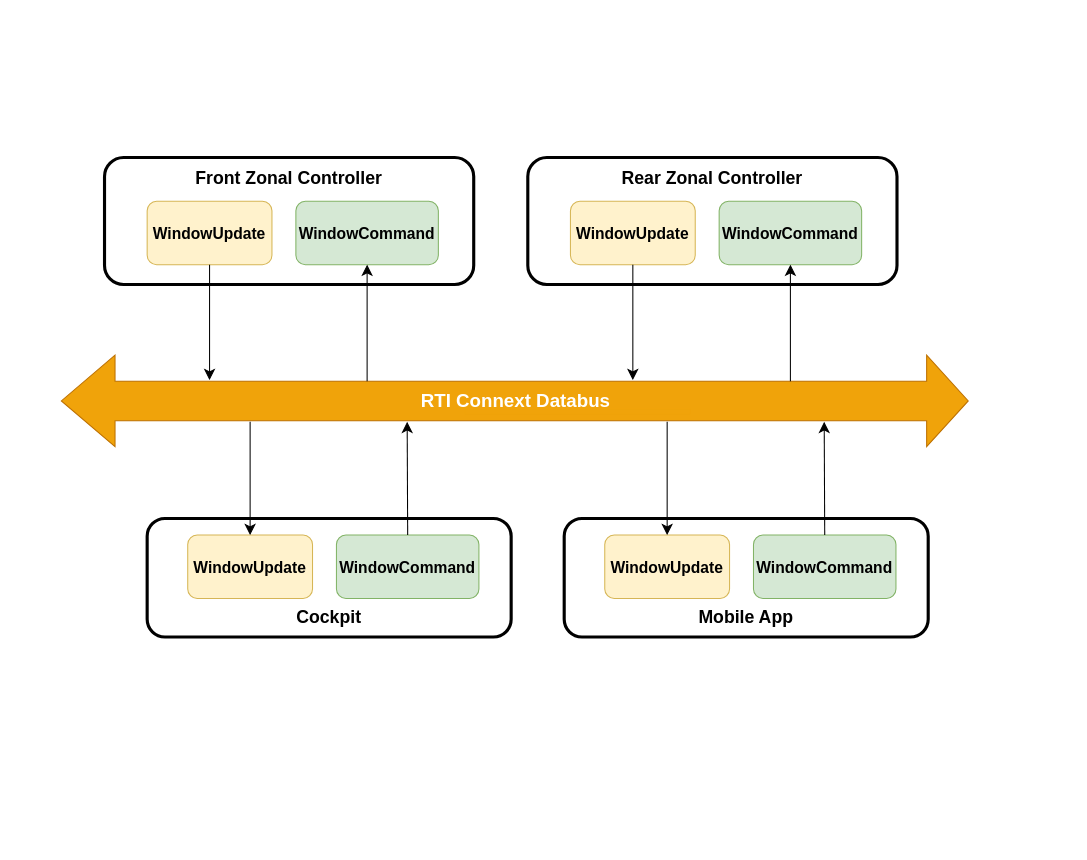
Above: page "Demo1" (2 of 3) of resource/system.drawio in rticommunity/rticonnextdds-automotive-reference-architecture (draw.io), before the change. Source tidied: cells renumbered, new cells numbered last; positions are measured from the earlier drawing's top-left corner, leaving out a move shared by most shapes. Both pictures are drawn from the tidied source at 104%, with x=0, y=0 at pixel (60, 157).
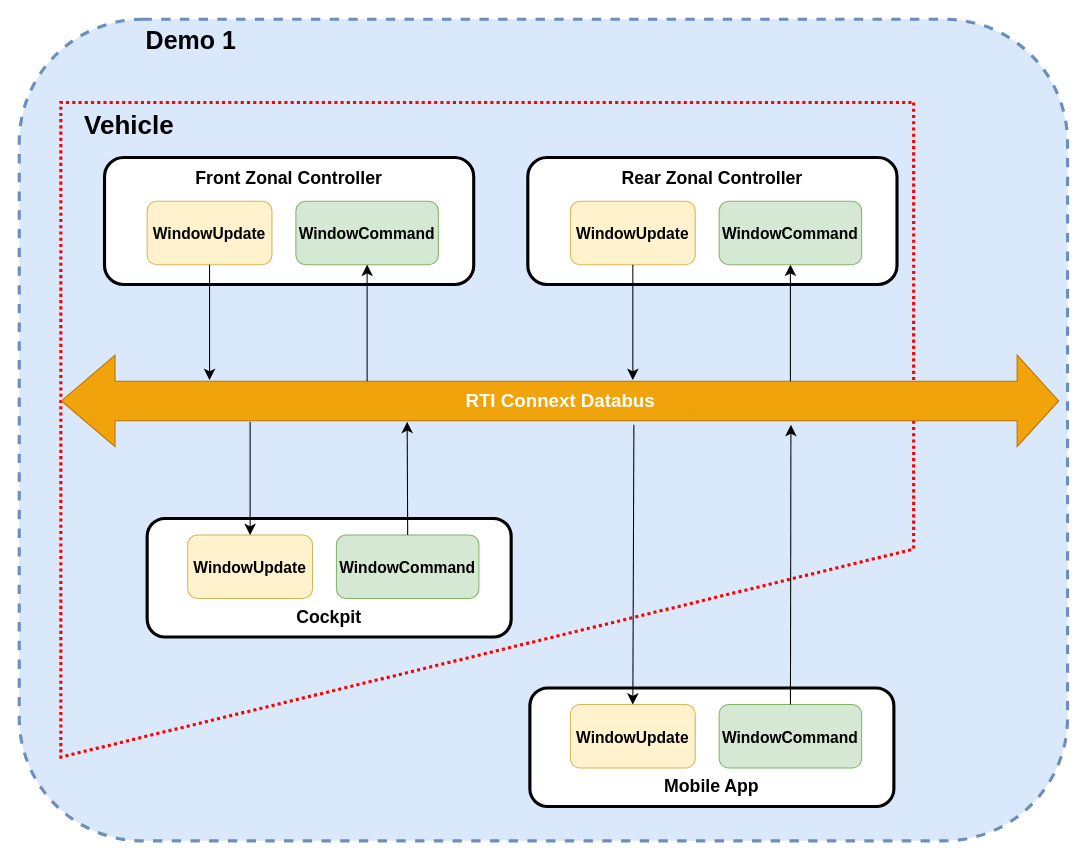
Above is the later version.

The change refers to these unchanged cells:
```xml
<mxCell id="5" value="&lt;b&gt;&lt;font style=&quot;font-size: 15px;&quot;&gt;WindowUpdate&lt;/font&gt;&lt;/b&gt;" style="rounded=1;whiteSpace=wrap;html=1;fillColor=#fff2cc;strokeColor=#d6b656;" parent="1" vertex="1">
  <mxGeometry x="122" y="363" width="120" height="61" as="geometry" />
</mxCell>
<mxCell id="6" value="&lt;b&gt;&lt;font style=&quot;font-size: 15px;&quot;&gt;WindowCommand&lt;/font&gt;&lt;/b&gt;" style="rounded=1;whiteSpace=wrap;html=1;fillColor=#d5e8d4;strokeColor=#82b366;" parent="1" vertex="1">
  <mxGeometry x="265" y="363" width="137" height="61" as="geometry" />
</mxCell>
<mxCell id="7" value="&lt;b&gt;&lt;font style=&quot;font-size: 15px;&quot;&gt;WindowUpdate&lt;/font&gt;&lt;/b&gt;" style="rounded=1;whiteSpace=wrap;html=1;fillColor=#fff2cc;strokeColor=#d6b656;" parent="1" vertex="1">
  <mxGeometry x="83" y="42" width="120" height="61" as="geometry" />
</mxCell>
<mxCell id="8" value="&lt;b&gt;&lt;font style=&quot;font-size: 15px;&quot;&gt;WindowCommand&lt;/font&gt;&lt;/b&gt;" style="rounded=1;whiteSpace=wrap;html=1;fillColor=#d5e8d4;strokeColor=#82b366;" parent="1" vertex="1">
  <mxGeometry x="226" y="42" width="137" height="61" as="geometry" />
</mxCell>
<mxCell id="15" value="&lt;b&gt;&lt;font style=&quot;font-size: 15px;&quot;&gt;WindowUpdate&lt;/font&gt;&lt;/b&gt;" style="rounded=1;whiteSpace=wrap;html=1;fillColor=#fff2cc;strokeColor=#d6b656;" parent="1" vertex="1">
  <mxGeometry x="490" y="42" width="120" height="61" as="geometry" />
</mxCell>
<mxCell id="16" value="&lt;b&gt;&lt;font style=&quot;font-size: 15px;&quot;&gt;WindowCommand&lt;/font&gt;&lt;/b&gt;" style="rounded=1;whiteSpace=wrap;html=1;fillColor=#d5e8d4;strokeColor=#82b366;" parent="1" vertex="1">
  <mxGeometry x="633" y="42" width="137" height="61" as="geometry" />
</mxCell>
```

Change to the diagram source:
```diff
@@
+    <mxCell id="24" value="&lt;font style=&quot;font-size: 24px;&quot;&gt;&lt;b&gt;&amp;nbsp; &amp;nbsp; &amp;nbsp; &amp;nbsp; &amp;nbsp; &amp;nbsp; &amp;nbsp; &amp;nbsp; &amp;nbsp; Demo 1&lt;/b&gt;&lt;/font&gt;" style="rounded=1;whiteSpace=wrap;html=1;fillColor=#dae8fc;align=left;verticalAlign=top;strokeWidth=3;dashed=1;strokeColor=#6c8ebf;" parent="1" vertex="1">
+      <mxGeometry x="-40" y="-133" width="1008" height="790" as="geometry" />
+    </mxCell>
+    <mxCell id="25" value="&amp;nbsp; &amp;nbsp;Vehicle" style="shape=manualInput;whiteSpace=wrap;html=1;direction=west;size=200;fillColor=none;verticalAlign=top;align=left;fontSize=25;fontStyle=1;strokeColor=#FF0000;dashed=1;dashPattern=1 1;strokeWidth=3;" parent="1" vertex="1">
+      <mxGeometry y="-53" width="820" height="629.5" as="geometry" />
+    </mxCell>
@@
     <mxCell id="4" value="&lt;b&gt;&lt;font color=&quot;#ffffff&quot;&gt;RTI Connext Databus&lt;/font&gt;&lt;/b&gt;" style="shape=flexArrow;endArrow=classic;startArrow=classic;html=1;rounded=0;endWidth=49;endSize=13;startWidth=49;startSize=16.87;width=38;fillColor=#f0a30a;strokeColor=#BD7000;labelBackgroundColor=none;fontSize=18;" parent="1" edge="1">
       <mxGeometry relative="1" as="geometry">
         <mxPoint y="234" as="sourcePoint" />
-        <mxPoint x="873" y="234" as="targetPoint" />
+        <mxPoint x="960" y="234" as="targetPoint" />
       </mxGeometry>
     </mxCell>
@@
-    <mxCell id="9" style="endArrow=classic;html=1;rounded=0;fontSize=12;startSize=8;endSize=8;exitX=0.5;exitY=1;exitDx=0;exitDy=0;" parent="1" edge="1" source="7">
-      <mxGeometry relative="1" as="geometry">
-        <mxPoint x="143" y="214" as="targetPoint" />
-      </mxGeometry>
-    </mxCell>
-    <mxCell id="10" style="endArrow=classic;html=1;rounded=0;fontSize=12;startSize=8;endSize=8;entryX=0.5;entryY=1;entryDx=0;entryDy=0;" parent="1" edge="1" target="8">
-      <mxGeometry relative="1" as="geometry">
-        <mxPoint x="294.5" y="215" as="sourcePoint" />
-      </mxGeometry>
-    </mxCell>
-    <mxCell id="11" style="endArrow=classic;html=1;rounded=0;fontSize=12;startSize=8;endSize=8;entryX=0.5;entryY=0;entryDx=0;entryDy=0;" parent="1" edge="1" target="5">
-      <mxGeometry relative="1" as="geometry">
-        <mxPoint x="182" y="254" as="sourcePoint" />
-      </mxGeometry>
-    </mxCell>
-    <mxCell id="12" style="endArrow=classic;html=1;rounded=0;fontSize=12;startSize=8;endSize=8;exitX=0.5;exitY=0;exitDx=0;exitDy=0;" parent="1" edge="1" source="6">
-      <mxGeometry relative="1" as="geometry">
-        <mxPoint x="333" y="254" as="targetPoint" />
-      </mxGeometry>
-    </mxCell>
+    <mxCell id="26" style="endArrow=classic;html=1;rounded=0;fontSize=12;startSize=8;endSize=8;exitX=0.5;exitY=1;exitDx=0;exitDy=0;" parent="1" edge="1" source="7">
+      <mxGeometry relative="1" as="geometry">
+        <mxPoint x="143" y="214" as="targetPoint" />
+      </mxGeometry>
+    </mxCell>
+    <mxCell id="27" style="endArrow=classic;html=1;rounded=0;fontSize=12;startSize=8;endSize=8;entryX=0.5;entryY=1;entryDx=0;entryDy=0;" parent="1" edge="1" target="8">
+      <mxGeometry relative="1" as="geometry">
+        <mxPoint x="294.5" y="215" as="sourcePoint" />
+      </mxGeometry>
+    </mxCell>
+    <mxCell id="28" style="endArrow=classic;html=1;rounded=0;fontSize=12;startSize=8;endSize=8;entryX=0.5;entryY=0;entryDx=0;entryDy=0;" parent="1" edge="1" target="5">
+      <mxGeometry relative="1" as="geometry">
+        <mxPoint x="182" y="254" as="sourcePoint" />
+      </mxGeometry>
+    </mxCell>
+    <mxCell id="29" style="endArrow=classic;html=1;rounded=0;fontSize=12;startSize=8;endSize=8;exitX=0.5;exitY=0;exitDx=0;exitDy=0;" parent="1" edge="1" source="6">
+      <mxGeometry relative="1" as="geometry">
+        <mxPoint x="333" y="254" as="targetPoint" />
+      </mxGeometry>
+    </mxCell>
@@
-    <mxCell id="17" style="endArrow=classic;html=1;rounded=0;fontSize=12;startSize=8;endSize=8;exitX=0.5;exitY=1;exitDx=0;exitDy=0;" parent="1" edge="1" source="15">
-      <mxGeometry relative="1" as="geometry">
-        <mxPoint x="550" y="214" as="targetPoint" />
-      </mxGeometry>
-    </mxCell>
-    <mxCell id="18" style="endArrow=classic;html=1;rounded=0;fontSize=12;startSize=8;endSize=8;entryX=0.5;entryY=1;entryDx=0;entryDy=0;" parent="1" edge="1" target="16">
-      <mxGeometry relative="1" as="geometry">
-        <mxPoint x="701.5" y="215" as="sourcePoint" />
-      </mxGeometry>
-    </mxCell>
+    <mxCell id="30" style="endArrow=classic;html=1;rounded=0;fontSize=12;startSize=8;endSize=8;exitX=0.5;exitY=1;exitDx=0;exitDy=0;" parent="1" edge="1" source="15">
+      <mxGeometry relative="1" as="geometry">
+        <mxPoint x="550" y="214" as="targetPoint" />
+      </mxGeometry>
+    </mxCell>
+    <mxCell id="31" style="endArrow=classic;html=1;rounded=0;fontSize=12;startSize=8;endSize=8;entryX=0.5;entryY=1;entryDx=0;entryDy=0;" parent="1" edge="1" target="16">
+      <mxGeometry relative="1" as="geometry">
+        <mxPoint x="701.5" y="215" as="sourcePoint" />
+      </mxGeometry>
+    </mxCell>
     <mxCell id="19" value="&lt;br&gt;&lt;br&gt;&lt;br&gt;&lt;div&gt;&lt;br&gt;&lt;/div&gt;&lt;b&gt;&lt;font style=&quot;font-size: 17px;&quot;&gt;&lt;br&gt;Mobile App&lt;/font&gt;&lt;/b&gt;" style="rounded=1;whiteSpace=wrap;html=1;strokeWidth=3;" parent="1" vertex="1">
-      <mxGeometry x="484" y="347" width="350" height="114" as="geometry" />
+      <mxGeometry x="451" y="510" width="350" height="114" as="geometry" />
     </mxCell>
     <mxCell id="20" value="&lt;b&gt;&lt;font style=&quot;font-size: 15px;&quot;&gt;WindowUpdate&lt;/font&gt;&lt;/b&gt;" style="rounded=1;whiteSpace=wrap;html=1;fillColor=#fff2cc;strokeColor=#d6b656;" parent="1" vertex="1">
-      <mxGeometry x="523" y="363" width="120" height="61" as="geometry" />
+      <mxGeometry x="490" y="526" width="120" height="61" as="geometry" />
     </mxCell>
     <mxCell id="21" value="&lt;b&gt;&lt;font style=&quot;font-size: 15px;&quot;&gt;WindowCommand&lt;/font&gt;&lt;/b&gt;" style="rounded=1;whiteSpace=wrap;html=1;fillColor=#d5e8d4;strokeColor=#82b366;" parent="1" vertex="1">
-      <mxGeometry x="666" y="363" width="137" height="61" as="geometry" />
+      <mxGeometry x="633" y="526" width="137" height="61" as="geometry" />
     </mxCell>
-    <mxCell id="22" style="endArrow=classic;html=1;rounded=0;fontSize=12;startSize=8;endSize=8;entryX=0.5;entryY=0;entryDx=0;entryDy=0;" parent="1" edge="1" target="20">
-      <mxGeometry relative="1" as="geometry">
-        <mxPoint x="583" y="254" as="sourcePoint" />
-      </mxGeometry>
-    </mxCell>
-    <mxCell id="23" style="endArrow=classic;html=1;rounded=0;fontSize=12;startSize=8;endSize=8;exitX=0.5;exitY=0;exitDx=0;exitDy=0;" parent="1" edge="1" source="21">
-      <mxGeometry relative="1" as="geometry">
-        <mxPoint x="734" y="254" as="targetPoint" />
-      </mxGeometry>
-    </mxCell>
+    <mxCell id="32" style="endArrow=classic;html=1;rounded=0;fontSize=12;startSize=8;endSize=8;entryX=0.5;entryY=0;entryDx=0;entryDy=0;" parent="1" edge="1" target="20">
+      <mxGeometry relative="1" as="geometry">
+        <mxPoint x="551" y="257" as="sourcePoint" />
+      </mxGeometry>
+    </mxCell>
+    <mxCell id="33" style="endArrow=classic;html=1;rounded=0;fontSize=12;startSize=8;endSize=8;" parent="1" edge="1" source="21">
+      <mxGeometry relative="1" as="geometry">
+        <mxPoint x="702" y="257" as="targetPoint" />
+      </mxGeometry>
+    </mxCell>
```
